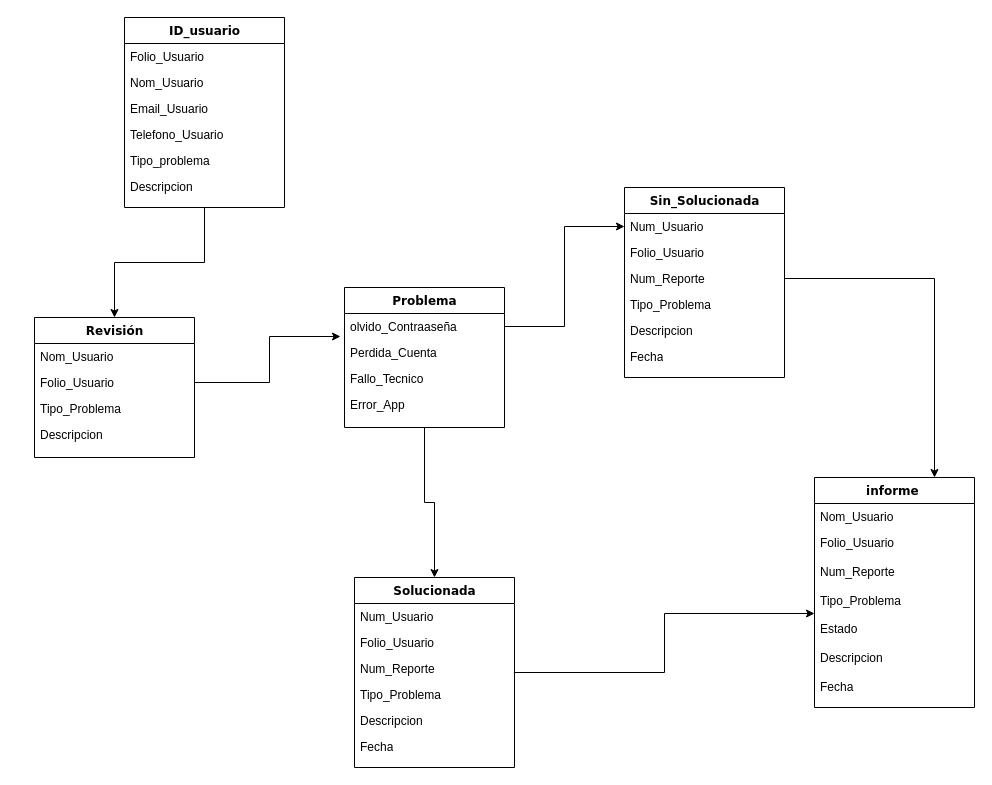
The draw.io diagram Modelo de Base de datos.drawio in 201710223/AtencionAlUsuario, before the edit. Source tidied: cells renumbered, new cells numbered last; positions are measured from the earlier drawing's top-left corner, leaving out a move shared by most shapes. Both pictures are drawn from the tidied source at 100%, with x=0, y=0 at pixel (34, 17).
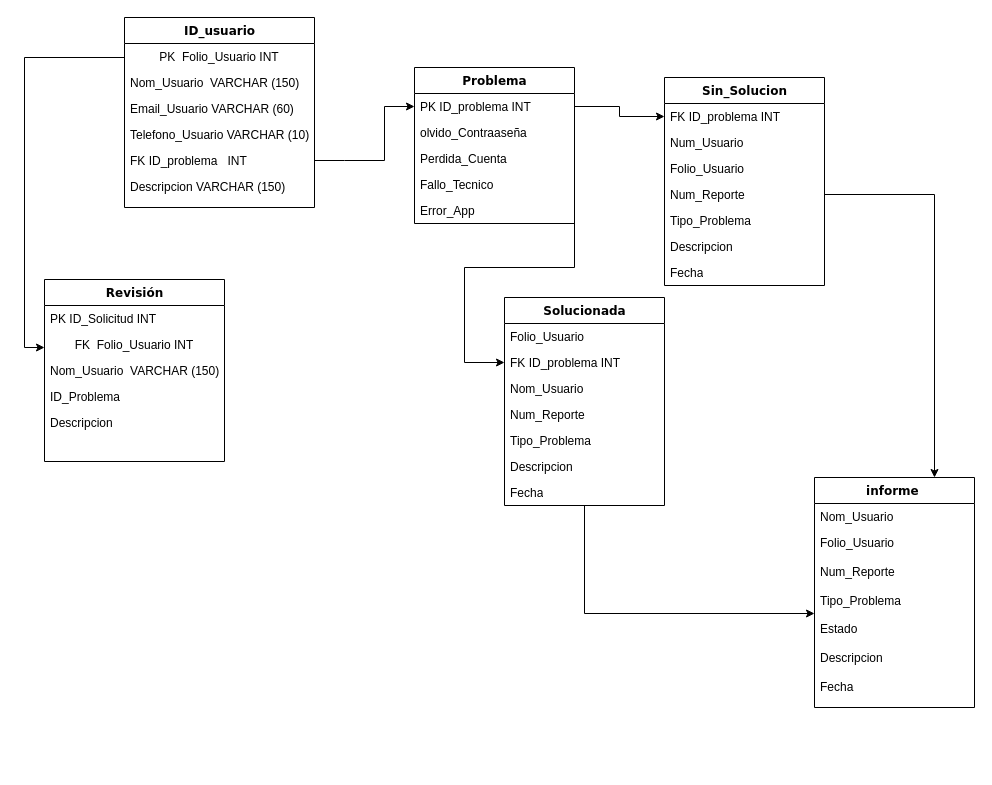
After the change.

The edit, as a diff of the source:
```diff
@@
-    <mxCell id="2" style="edgeStyle=orthogonalEdgeStyle;rounded=0;jettySize=auto;html=1;entryX=0.5;entryY=0;entryDx=0;entryDy=0;" parent="1" edge="1" source="3" target="10">
-      <mxGeometry relative="1" as="geometry" />
+    <mxCell id="2" style="edgeStyle=orthogonalEdgeStyle;rounded=0;jettySize=auto;html=1;" parent="1" edge="1" source="3">
+      <mxGeometry relative="1" as="geometry">
+        <mxPoint x="10" y="330" as="targetPoint" />
+        <Array as="points">
+          <mxPoint x="-10" y="40" />
+          <mxPoint x="-10" y="330" />
+        </Array>
+      </mxGeometry>
     </mxCell>
     <mxCell id="3" value="ID_usuario" style="swimlane;html=1;fontStyle=1;align=center;verticalAlign=top;horizontal=1;startSize=26;swimlaneFillColor=#ffffff;rounded=0;shadow=0;comic=0;labelBackgroundColor=none;strokeWidth=1;fillColor=none;fontFamily=Verdana;fontSize=12;" parent="1" vertex="1">
-      <mxGeometry x="90" width="160" height="190" as="geometry" />
+      <mxGeometry x="90" width="190" height="190" as="geometry" />
     </mxCell>
-    <mxCell id="4" value="Folio_Usuario" style="text;html=1;strokeColor=none;fillColor=none;align=left;verticalAlign=top;spacingLeft=4;spacingRight=4;whiteSpace=wrap;overflow=hidden;" parent="3" vertex="1">
-      <mxGeometry y="26" width="160" height="26" as="geometry" />
+    <mxCell id="4" value="&lt;div style=&quot;&quot;&gt;&lt;span style=&quot;background-color: initial;&quot;&gt;PK &lt;span style=&quot;white-space: pre;&quot;&gt; &lt;/span&gt;Folio_Usuario&lt;/span&gt;&lt;span style=&quot;background-color: initial; white-space: pre;&quot;&gt; &lt;/span&gt;&lt;span style=&quot;background-color: initial;&quot;&gt;INT&lt;/span&gt;&lt;/div&gt;" style="text;html=1;strokeColor=none;fillColor=none;align=center;verticalAlign=top;spacingLeft=4;spacingRight=4;whiteSpace=wrap;overflow=hidden;" parent="3" vertex="1">
+      <mxGeometry y="26" width="190" height="26" as="geometry" />
     </mxCell>
-    <mxCell id="5" value="Nom_Usuario" style="text;html=1;strokeColor=none;fillColor=none;align=left;verticalAlign=top;spacingLeft=4;spacingRight=4;whiteSpace=wrap;overflow=hidden;" parent="3" vertex="1">
-      <mxGeometry y="52" width="160" height="26" as="geometry" />
+    <mxCell id="5" value="Nom_Usuario&amp;nbsp; VARCHAR (150)" style="text;html=1;strokeColor=none;fillColor=none;align=left;verticalAlign=top;spacingLeft=4;spacingRight=4;whiteSpace=wrap;overflow=hidden;" parent="3" vertex="1">
+      <mxGeometry y="52" width="190" height="26" as="geometry" />
     </mxCell>
-    <mxCell id="6" value="Email_Usuario" style="text;html=1;strokeColor=none;fillColor=none;align=left;verticalAlign=top;spacingLeft=4;spacingRight=4;whiteSpace=wrap;overflow=hidden;" parent="3" vertex="1">
-      <mxGeometry y="78" width="160" height="26" as="geometry" />
+    <mxCell id="6" value="Email_Usuario VARCHAR (60)" style="text;html=1;strokeColor=none;fillColor=none;align=left;verticalAlign=top;spacingLeft=4;spacingRight=4;whiteSpace=wrap;overflow=hidden;" parent="3" vertex="1">
+      <mxGeometry y="78" width="190" height="26" as="geometry" />
     </mxCell>
-    <mxCell id="7" value="Telefono_Usuario" style="text;html=1;strokeColor=none;fillColor=none;align=left;verticalAlign=top;spacingLeft=4;spacingRight=4;whiteSpace=wrap;overflow=hidden;" parent="3" vertex="1">
-      <mxGeometry y="104" width="160" height="26" as="geometry" />
+    <mxCell id="7" value="Telefono_Usuario VARCHAR (10)" style="text;html=1;strokeColor=none;fillColor=none;align=left;verticalAlign=top;spacingLeft=4;spacingRight=4;whiteSpace=wrap;overflow=hidden;" parent="3" vertex="1">
+      <mxGeometry y="104" width="190" height="26" as="geometry" />
     </mxCell>
-    <mxCell id="8" value="Tipo_problema" style="text;html=1;strokeColor=none;fillColor=none;align=left;verticalAlign=top;spacingLeft=4;spacingRight=4;whiteSpace=wrap;overflow=hidden;points=[[0,0.5],[1,0.5]];portConstraint=eastwest;" parent="3" vertex="1">
-      <mxGeometry y="130" width="160" height="26" as="geometry" />
+    <mxCell id="8" value="FK ID_problema&amp;nbsp;&lt;span style=&quot;white-space: pre;&quot;&gt; &lt;/span&gt;&lt;span style=&quot;white-space: pre;&quot;&gt; &lt;/span&gt;INT" style="text;html=1;strokeColor=none;fillColor=none;align=left;verticalAlign=top;spacingLeft=4;spacingRight=4;whiteSpace=wrap;overflow=hidden;points=[[0,0.5],[1,0.5]];portConstraint=eastwest;" parent="3" vertex="1">
+      <mxGeometry y="130" width="190" height="26" as="geometry" />
     </mxCell>
-    <mxCell id="9" value="Descripcion" style="text;html=1;strokeColor=none;fillColor=none;align=left;verticalAlign=top;spacingLeft=4;spacingRight=4;whiteSpace=wrap;overflow=hidden;" parent="3" vertex="1">
-      <mxGeometry y="156" width="160" height="26" as="geometry" />
+    <mxCell id="9" value="Descripcion&lt;span style=&quot;&quot;&gt; &lt;/span&gt;VARCHAR (150)" style="text;html=1;strokeColor=none;fillColor=none;align=left;verticalAlign=top;spacingLeft=4;spacingRight=4;whiteSpace=wrap;overflow=hidden;" parent="3" vertex="1">
+      <mxGeometry y="156" width="190" height="26" as="geometry" />
     </mxCell>
     <mxCell id="10" value="Revisión" style="swimlane;html=1;fontStyle=1;align=center;verticalAlign=top;horizontal=1;startSize=26;swimlaneFillColor=#ffffff;rounded=0;shadow=0;comic=0;labelBackgroundColor=none;strokeWidth=1;fillColor=none;fontFamily=Verdana;fontSize=12;" parent="1" vertex="1">
-      <mxGeometry y="300" width="160" height="140" as="geometry" />
+      <mxGeometry x="10" y="262" width="180" height="182" as="geometry" />
     </mxCell>
-    <mxCell id="11" value="Nom_Usuario" style="text;html=1;strokeColor=none;fillColor=none;align=left;verticalAlign=top;spacingLeft=4;spacingRight=4;whiteSpace=wrap;overflow=hidden;" parent="10" vertex="1">
-      <mxGeometry y="26" width="160" height="26" as="geometry" />
-    </mxCell>
-    <mxCell id="12" value="Folio_Usuario" style="text;html=1;strokeColor=none;fillColor=none;align=left;verticalAlign=top;spacingLeft=4;spacingRight=4;whiteSpace=wrap;overflow=hidden;points=[[0,0.5],[1,0.5]];portConstraint=eastwest;" parent="10" vertex="1">
-      <mxGeometry y="52" width="160" height="26" as="geometry" />
+    <mxCell id="12" value="PK&lt;span style=&quot;white-space: pre;&quot;&gt; &lt;/span&gt;ID_Solicitud&lt;span style=&quot;white-space: pre;&quot;&gt; &lt;/span&gt;INT" style="text;html=1;strokeColor=none;fillColor=none;align=left;verticalAlign=top;spacingLeft=4;spacingRight=4;whiteSpace=wrap;overflow=hidden;points=[[0,0.5],[1,0.5]];portConstraint=eastwest;" parent="10" vertex="1">
+      <mxGeometry y="26" width="180" height="26" as="geometry" />
     </mxCell>
+    <mxCell id="42" value="&lt;div style=&quot;&quot;&gt;&lt;span style=&quot;background-color: initial;&quot;&gt;FK &lt;span style=&quot;white-space: pre;&quot;&gt; &lt;/span&gt;Folio_Usuario&lt;/span&gt;&lt;span style=&quot;background-color: initial; white-space: pre;&quot;&gt; &lt;/span&gt;&lt;span style=&quot;background-color: initial;&quot;&gt;INT&lt;/span&gt;&lt;/div&gt;" style="text;html=1;strokeColor=none;fillColor=none;align=center;verticalAlign=top;spacingLeft=4;spacingRight=4;whiteSpace=wrap;overflow=hidden;" parent="10" vertex="1">
+      <mxGeometry y="52" width="180" height="26" as="geometry" />
+    </mxCell>
+    <mxCell id="43" value="Nom_Usuario&amp;nbsp; VARCHAR (150)" style="text;html=1;strokeColor=none;fillColor=none;align=left;verticalAlign=top;spacingLeft=4;spacingRight=4;whiteSpace=wrap;overflow=hidden;" parent="10" vertex="1">
+      <mxGeometry y="78" width="180" height="26" as="geometry" />
+    </mxCell>
-    <mxCell id="13" value="Tipo_Problema" style="text;html=1;strokeColor=none;fillColor=none;align=left;verticalAlign=top;spacingLeft=4;spacingRight=4;whiteSpace=wrap;overflow=hidden;" parent="10" vertex="1">
-      <mxGeometry y="78" width="160" height="26" as="geometry" />
+    <mxCell id="13" value="ID_Problema" style="text;html=1;strokeColor=none;fillColor=none;align=left;verticalAlign=top;spacingLeft=4;spacingRight=4;whiteSpace=wrap;overflow=hidden;" parent="10" vertex="1">
+      <mxGeometry y="104" width="180" height="26" as="geometry" />
     </mxCell>
     <mxCell id="14" value="Descripcion" style="text;html=1;strokeColor=none;fillColor=none;align=left;verticalAlign=top;spacingLeft=4;spacingRight=4;whiteSpace=wrap;overflow=hidden;" parent="10" vertex="1">
-      <mxGeometry y="104" width="160" height="26" as="geometry" />
+      <mxGeometry y="130" width="180" height="26" as="geometry" />
     </mxCell>
-    <mxCell id="15" style="edgeStyle=orthogonalEdgeStyle;rounded=0;jettySize=auto;html=1;entryX=0.5;entryY=0;entryDx=0;entryDy=0;" parent="1" edge="1" source="16" target="22">
-      <mxGeometry relative="1" as="geometry" />
-    </mxCell>
     <mxCell id="16" value="Problema" style="swimlane;html=1;fontStyle=1;align=center;verticalAlign=top;horizontal=1;startSize=26;swimlaneFillColor=#ffffff;rounded=0;shadow=0;comic=0;labelBackgroundColor=none;strokeWidth=1;fillColor=none;fontFamily=Verdana;fontSize=12;" parent="1" vertex="1">
-      <mxGeometry x="310" y="270" width="160" height="140" as="geometry" />
+      <mxGeometry x="380" y="50" width="160" height="156" as="geometry" />
     </mxCell>
-    <mxCell id="17" value="olvido_Contraaseña" style="text;html=1;strokeColor=none;fillColor=none;align=left;verticalAlign=top;spacingLeft=4;spacingRight=4;whiteSpace=wrap;overflow=hidden;points=[[0,0.5],[1,0.5]];portConstraint=eastwest;" parent="16" vertex="1">
+    <mxCell id="17" value="PK&lt;span style=&quot;white-space: pre;&quot;&gt; &lt;/span&gt;ID_problema&lt;span style=&quot;white-space: pre;&quot;&gt; &lt;/span&gt;INT" style="text;html=1;strokeColor=none;fillColor=none;align=left;verticalAlign=top;spacingLeft=4;spacingRight=4;whiteSpace=wrap;overflow=hidden;points=[[0,0.5],[1,0.5]];portConstraint=eastwest;" parent="16" vertex="1">
       <mxGeometry y="26" width="160" height="26" as="geometry" />
     </mxCell>
+    <mxCell id="44" value="olvido_Contraaseña" style="text;html=1;strokeColor=none;fillColor=none;align=left;verticalAlign=top;spacingLeft=4;spacingRight=4;whiteSpace=wrap;overflow=hidden;" parent="16" vertex="1">
+      <mxGeometry y="52" width="160" height="26" as="geometry" />
+    </mxCell>
     <mxCell id="18" value="Perdida_Cuenta" style="text;html=1;strokeColor=none;fillColor=none;align=left;verticalAlign=top;spacingLeft=4;spacingRight=4;whiteSpace=wrap;overflow=hidden;" parent="16" vertex="1">
-      <mxGeometry y="52" width="160" height="26" as="geometry" />
+      <mxGeometry y="78" width="160" height="26" as="geometry" />
     </mxCell>
     <mxCell id="19" value="Fallo_Tecnico" style="text;html=1;strokeColor=none;fillColor=none;align=left;verticalAlign=top;spacingLeft=4;spacingRight=4;whiteSpace=wrap;overflow=hidden;" parent="16" vertex="1">
-      <mxGeometry y="78" width="160" height="26" as="geometry" />
+      <mxGeometry y="104" width="160" height="26" as="geometry" />
     </mxCell>
     <mxCell id="20" value="Error_App" style="text;html=1;strokeColor=none;fillColor=none;align=left;verticalAlign=top;spacingLeft=4;spacingRight=4;whiteSpace=wrap;overflow=hidden;" parent="16" vertex="1">
-      <mxGeometry y="104" width="160" height="26" as="geometry" />
+      <mxGeometry y="130" width="160" height="26" as="geometry" />
     </mxCell>
@@
     <mxCell id="22" value="Solucionada" style="swimlane;html=1;fontStyle=1;align=center;verticalAlign=top;horizontal=1;startSize=26;swimlaneFillColor=#ffffff;rounded=0;shadow=0;comic=0;labelBackgroundColor=none;strokeWidth=1;fillColor=none;fontFamily=Verdana;fontSize=12;" parent="1" vertex="1">
-      <mxGeometry x="320" y="560" width="160" height="190" as="geometry" />
+      <mxGeometry x="470" y="280" width="160" height="208" as="geometry" />
     </mxCell>
+    <mxCell id="24" value="Folio_Usuario" style="text;html=1;strokeColor=none;fillColor=none;align=left;verticalAlign=top;spacingLeft=4;spacingRight=4;whiteSpace=wrap;overflow=hidden;" parent="22" vertex="1">
+      <mxGeometry y="26" width="160" height="26" as="geometry" />
+    </mxCell>
+    <mxCell id="45" value="FK&lt;span style=&quot;white-space: pre;&quot;&gt; &lt;/span&gt;ID_problema&lt;span style=&quot;white-space: pre;&quot;&gt; &lt;/span&gt;INT" style="text;html=1;strokeColor=none;fillColor=none;align=left;verticalAlign=top;spacingLeft=4;spacingRight=4;whiteSpace=wrap;overflow=hidden;points=[[0,0.5],[1,0.5]];portConstraint=eastwest;" parent="22" vertex="1">
+      <mxGeometry y="52" width="160" height="26" as="geometry" />
+    </mxCell>
-    <mxCell id="23" value="Num_Usuario" style="text;html=1;strokeColor=none;fillColor=none;align=left;verticalAlign=top;spacingLeft=4;spacingRight=4;whiteSpace=wrap;overflow=hidden;" parent="22" vertex="1">
-      <mxGeometry y="26" width="160" height="26" as="geometry" />
+    <mxCell id="23" value="Nom_Usuario" style="text;html=1;strokeColor=none;fillColor=none;align=left;verticalAlign=top;spacingLeft=4;spacingRight=4;whiteSpace=wrap;overflow=hidden;" parent="22" vertex="1">
+      <mxGeometry y="78" width="160" height="26" as="geometry" />
     </mxCell>
-    <mxCell id="24" value="Folio_Usuario" style="text;html=1;strokeColor=none;fillColor=none;align=left;verticalAlign=top;spacingLeft=4;spacingRight=4;whiteSpace=wrap;overflow=hidden;" parent="22" vertex="1">
-      <mxGeometry y="52" width="160" height="26" as="geometry" />
-    </mxCell>
     <mxCell id="25" value="Num_Reporte" style="text;html=1;strokeColor=none;fillColor=none;align=left;verticalAlign=top;spacingLeft=4;spacingRight=4;whiteSpace=wrap;overflow=hidden;" parent="22" vertex="1">
-      <mxGeometry y="78" width="160" height="26" as="geometry" />
+      <mxGeometry y="104" width="160" height="26" as="geometry" />
     </mxCell>
     <mxCell id="26" value="Tipo_Problema" style="text;html=1;strokeColor=none;fillColor=none;align=left;verticalAlign=top;spacingLeft=4;spacingRight=4;whiteSpace=wrap;overflow=hidden;" parent="22" vertex="1">
-      <mxGeometry y="104" width="160" height="26" as="geometry" />
+      <mxGeometry y="130" width="160" height="26" as="geometry" />
     </mxCell>
     <mxCell id="27" value="Descripcion" style="text;html=1;strokeColor=none;fillColor=none;align=left;verticalAlign=top;spacingLeft=4;spacingRight=4;whiteSpace=wrap;overflow=hidden;" parent="22" vertex="1">
-      <mxGeometry y="130" width="160" height="26" as="geometry" />
+      <mxGeometry y="156" width="160" height="26" as="geometry" />
     </mxCell>
     <mxCell id="28" value="Fecha" style="text;html=1;strokeColor=none;fillColor=none;align=left;verticalAlign=top;spacingLeft=4;spacingRight=4;whiteSpace=wrap;overflow=hidden;" parent="22" vertex="1">
-      <mxGeometry y="156" width="160" height="26" as="geometry" />
+      <mxGeometry y="182" width="160" height="26" as="geometry" />
     </mxCell>
@@
-    <mxCell id="32" value="Sin_Solucionada" style="swimlane;html=1;fontStyle=1;align=center;verticalAlign=top;horizontal=1;startSize=26;swimlaneFillColor=#ffffff;rounded=0;shadow=0;comic=0;labelBackgroundColor=none;strokeWidth=1;fillColor=none;fontFamily=Verdana;fontSize=12;" parent="1" vertex="1">
-      <mxGeometry x="590" y="170" width="160" height="190" as="geometry" />
+    <mxCell id="32" value="Sin_Solucion" style="swimlane;html=1;fontStyle=1;align=center;verticalAlign=top;horizontal=1;startSize=26;swimlaneFillColor=#ffffff;rounded=0;shadow=0;comic=0;labelBackgroundColor=none;strokeWidth=1;fillColor=none;fontFamily=Verdana;fontSize=12;" parent="1" vertex="1">
+      <mxGeometry x="630" y="60" width="160" height="208" as="geometry" />
     </mxCell>
-    <mxCell id="33" value="Num_Usuario" style="text;html=1;strokeColor=none;fillColor=none;align=left;verticalAlign=top;spacingLeft=4;spacingRight=4;whiteSpace=wrap;overflow=hidden;points=[[0,0.5],[1,0.5]];portConstraint=eastwest;" parent="32" vertex="1">
+    <mxCell id="33" value="FK ID_problema INT" style="text;html=1;strokeColor=none;fillColor=none;align=left;verticalAlign=top;spacingLeft=4;spacingRight=4;whiteSpace=wrap;overflow=hidden;points=[[0,0.5],[1,0.5]];portConstraint=eastwest;" parent="32" vertex="1">
       <mxGeometry y="26" width="160" height="26" as="geometry" />
     </mxCell>
+    <mxCell id="46" value="Num_Usuario" style="text;html=1;strokeColor=none;fillColor=none;align=left;verticalAlign=top;spacingLeft=4;spacingRight=4;whiteSpace=wrap;overflow=hidden;" parent="32" vertex="1">
+      <mxGeometry y="52" width="160" height="26" as="geometry" />
+    </mxCell>
     <mxCell id="34" value="Folio_Usuario" style="text;html=1;strokeColor=none;fillColor=none;align=left;verticalAlign=top;spacingLeft=4;spacingRight=4;whiteSpace=wrap;overflow=hidden;" parent="32" vertex="1">
-      <mxGeometry y="52" width="160" height="26" as="geometry" />
+      <mxGeometry y="78" width="160" height="26" as="geometry" />
     </mxCell>
     <mxCell id="35" value="Num_Reporte" style="text;html=1;strokeColor=none;fillColor=none;align=left;verticalAlign=top;spacingLeft=4;spacingRight=4;whiteSpace=wrap;overflow=hidden;points=[[0,0.5],[1,0.5]];portConstraint=eastwest;" parent="32" vertex="1">
-      <mxGeometry y="78" width="160" height="26" as="geometry" />
+      <mxGeometry y="104" width="160" height="26" as="geometry" />
     </mxCell>
     <mxCell id="36" value="Tipo_Problema" style="text;html=1;strokeColor=none;fillColor=none;align=left;verticalAlign=top;spacingLeft=4;spacingRight=4;whiteSpace=wrap;overflow=hidden;" parent="32" vertex="1">
-      <mxGeometry y="104" width="160" height="26" as="geometry" />
+      <mxGeometry y="130" width="160" height="26" as="geometry" />
     </mxCell>
     <mxCell id="37" value="Descripcion" style="text;html=1;strokeColor=none;fillColor=none;align=left;verticalAlign=top;spacingLeft=4;spacingRight=4;whiteSpace=wrap;overflow=hidden;" parent="32" vertex="1">
-      <mxGeometry y="130" width="160" height="26" as="geometry" />
+      <mxGeometry y="156" width="160" height="26" as="geometry" />
     </mxCell>
     <mxCell id="38" value="Fecha" style="text;html=1;strokeColor=none;fillColor=none;align=left;verticalAlign=top;spacingLeft=4;spacingRight=4;whiteSpace=wrap;overflow=hidden;" parent="32" vertex="1">
-      <mxGeometry y="156" width="160" height="26" as="geometry" />
+      <mxGeometry y="182" width="160" height="26" as="geometry" />
     </mxCell>
-    <mxCell id="39" style="edgeStyle=orthogonalEdgeStyle;rounded=0;jettySize=auto;html=1;entryX=-0.025;entryY=0.885;entryDx=0;entryDy=0;entryPerimeter=0;" parent="1" edge="1" source="12" target="17">
-      <mxGeometry relative="1" as="geometry" />
-    </mxCell>
@@
+    <mxCell id="47" style="endArrow=classic;html=1;rounded=0;exitX=1;exitY=0.5;exitDx=0;exitDy=0;entryX=0;entryY=0.5;entryDx=0;entryDy=0;" parent="1" edge="1" source="8" target="17">
+      <mxGeometry relative="1" as="geometry">
+        <Array as="points">
+          <mxPoint x="310" y="143" />
+          <mxPoint x="350" y="143" />
+          <mxPoint x="350" y="89" />
+        </Array>
+      </mxGeometry>
+    </mxCell>
+    <mxCell id="48" style="endArrow=classic;html=1;rounded=0;entryX=0;entryY=0.5;entryDx=0;entryDy=0;" parent="1" edge="1" target="45">
+      <mxGeometry relative="1" as="geometry">
+        <mxPoint x="540" y="90" as="sourcePoint" />
+        <Array as="points">
+          <mxPoint x="540" y="250" />
+          <mxPoint x="430" y="250" />
+          <mxPoint x="430" y="345" />
+        </Array>
+      </mxGeometry>
+    </mxCell>
```
